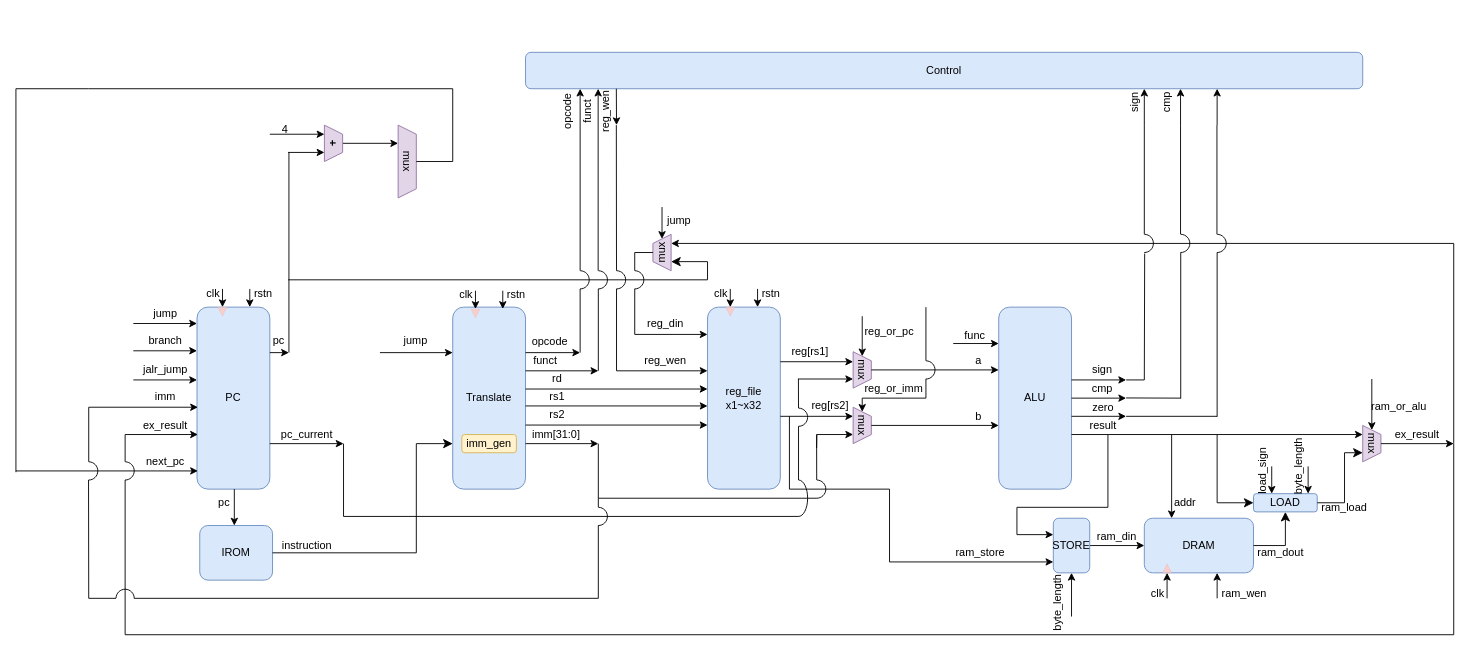
Before: 1_riscv/riscv.drawio in youmiwei/drawio, a draw.io diagram. Source tidied: cells renumbered, new cells numbered last; positions are measured from the earlier drawing's top-left corner, leaving out a move shared by most shapes. Both pictures are drawn from the tidied source at 91%, with x=0, y=0 at pixel (15, 52).
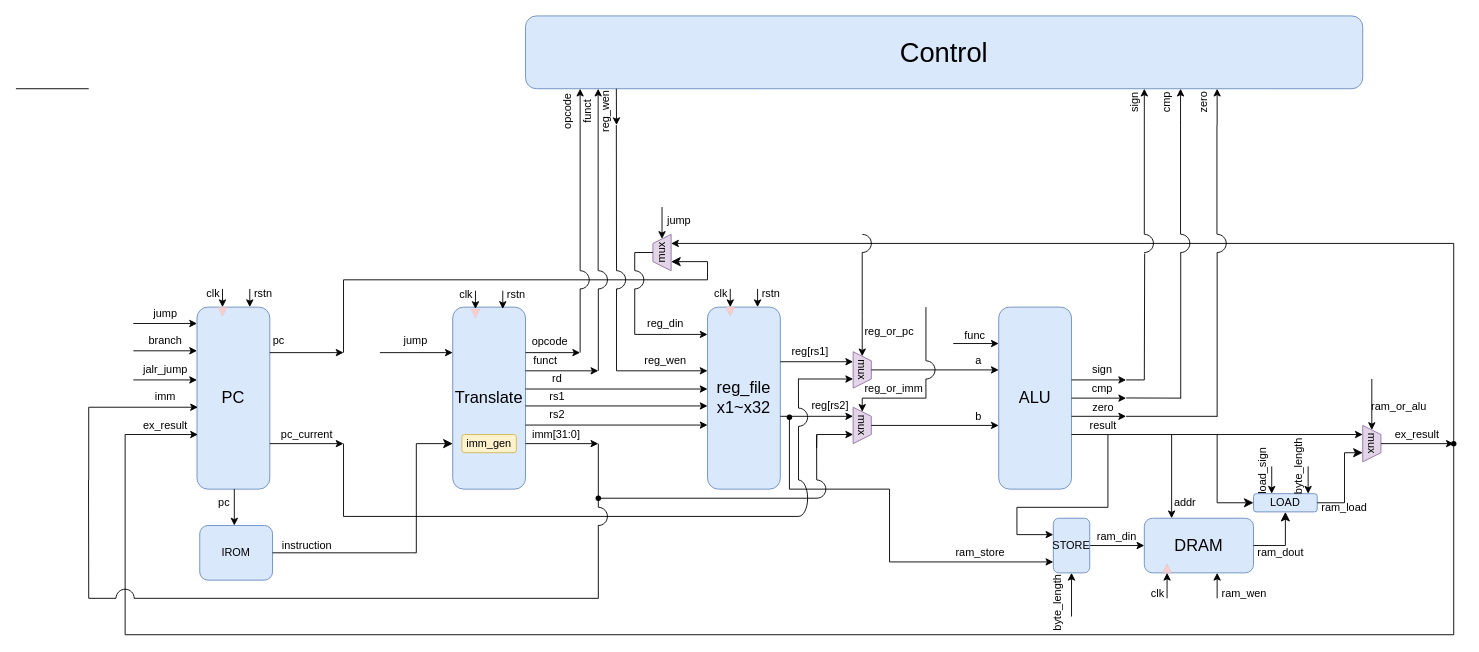
The same diagram, later.

Change to the diagram source:
```diff
@@
-    <mxCell id="2" value="PC" style="rounded=1;whiteSpace=wrap;html=1;fillColor=#dae8fc;strokeColor=#6c8ebf;" parent="1" vertex="1">
+    <mxCell id="2" value="&lt;font style=&quot;font-size: 18px;&quot;&gt;PC&lt;/font&gt;" style="rounded=1;whiteSpace=wrap;html=1;fillColor=#dae8fc;strokeColor=#6c8ebf;" parent="1" vertex="1">
       <mxGeometry x="199" y="280" width="80" height="200" as="geometry" />
     </mxCell>
-    <mxCell id="3" style="endArrow=classic;html=1;rounded=0;entryX=0;entryY=0.5;entryDx=0;entryDy=0;" parent="1" edge="1">
-      <mxGeometry relative="1" as="geometry">
-        <mxPoint x="130" y="460" as="sourcePoint" />
-        <mxPoint x="200" y="460" as="targetPoint" />
-      </mxGeometry>
-    </mxCell>
-    <mxCell id="4" value="next_pc" style="text;html=1;align=center;verticalAlign=middle;whiteSpace=wrap;rounded=0;" parent="1" vertex="1">
-      <mxGeometry x="139" y="445" width="51" height="10" as="geometry" />
-    </mxCell>
@@
     <mxCell id="24" style="endArrow=classic;html=1;rounded=0;exitX=1;exitY=0.25;exitDx=0;exitDy=0;fontStyle=1;" parent="1" edge="1" source="2">
       <mxGeometry relative="1" as="geometry">
-        <mxPoint x="300" y="330" as="targetPoint" />
+        <mxPoint x="360" y="330" as="targetPoint" />
       </mxGeometry>
     </mxCell>
@@
-    <mxCell id="28" value="Translate" style="rounded=1;whiteSpace=wrap;html=1;fillColor=#dae8fc;strokeColor=#6c8ebf;" parent="1" vertex="1">
+    <mxCell id="28" value="&lt;font style=&quot;font-size: 18px;&quot;&gt;Translate&lt;/font&gt;" style="rounded=1;whiteSpace=wrap;html=1;fillColor=#dae8fc;strokeColor=#6c8ebf;" parent="1" vertex="1">
       <mxGeometry x="480" y="280" width="80" height="200" as="geometry" />
     </mxCell>
@@
-    <mxCell id="50" value="&lt;div&gt;reg_file&lt;/div&gt;x1~x32" style="rounded=1;whiteSpace=wrap;html=1;fillColor=#dae8fc;strokeColor=#6c8ebf;" parent="1" vertex="1">
+    <mxCell id="50" value="&lt;div&gt;&lt;font style=&quot;font-size: 18px;&quot;&gt;reg_file&lt;/font&gt;&lt;/div&gt;&lt;font style=&quot;font-size: 18px;&quot;&gt;x1~x32&lt;/font&gt;" style="rounded=1;whiteSpace=wrap;html=1;fillColor=#dae8fc;strokeColor=#6c8ebf;" parent="1" vertex="1">
       <mxGeometry x="760" y="280" width="80" height="200" as="geometry" />
     </mxCell>
@@
-    <mxCell id="69" style="endArrow=none;html=1;rounded=0;" parent="1" edge="1">
+    <mxCell id="69" style="endArrow=none;html=1;rounded=0;" parent="1" edge="1" source="219">
       <mxGeometry relative="1" as="geometry">
-        <mxPoint x="640" y="490" as="sourcePoint" />
         <mxPoint x="640" y="430" as="targetPoint" />
       </mxGeometry>
     </mxCell>
@@
-    <mxCell id="76" style="edgeStyle=orthogonalEdgeStyle;rounded=0;jettySize=auto;html=1;entryX=0.25;entryY=1;entryDx=0;entryDy=0;" parent="1" edge="1" source="77" target="82">
-      <mxGeometry relative="1" as="geometry" />
-    </mxCell>
-    <mxCell id="77" value="&lt;div align=&quot;center&quot;&gt;&lt;div&gt;&lt;b&gt;+&lt;/b&gt;&lt;/div&gt;&lt;/div&gt;" style="shape=trapezoid;perimeter=trapezoidPerimeter;whiteSpace=wrap;html=1;fixedSize=1;size=10;rotation=90;fillColor=#e1d5e7;strokeColor=#9673a6;align=center;" parent="1" vertex="1">
-      <mxGeometry x="329" y="90" width="40" height="20" as="geometry" />
-    </mxCell>
-    <mxCell id="78" style="endArrow=none;html=1;rounded=0;" parent="1" edge="1">
-      <mxGeometry relative="1" as="geometry">
-        <mxPoint x="300" y="330" as="sourcePoint" />
-        <mxPoint x="300" y="110" as="targetPoint" />
-      </mxGeometry>
-    </mxCell>
-    <mxCell id="79" style="endArrow=classic;html=1;rounded=0;entryX=0.75;entryY=1;entryDx=0;entryDy=0;" parent="1" edge="1" target="77">
-      <mxGeometry relative="1" as="geometry">
-        <mxPoint x="299" y="110" as="sourcePoint" />
-      </mxGeometry>
-    </mxCell>
-    <mxCell id="80" style="endArrow=classic;html=1;rounded=0;entryX=0.25;entryY=1;entryDx=0;entryDy=0;" parent="1" edge="1" target="77">
-      <mxGeometry relative="1" as="geometry">
-        <mxPoint x="279" y="90" as="sourcePoint" />
-      </mxGeometry>
-    </mxCell>
-    <mxCell id="81" value="4" style="text;html=1;align=center;verticalAlign=middle;whiteSpace=wrap;rounded=0;" parent="1" vertex="1">
-      <mxGeometry x="281" y="80" width="30" height="10" as="geometry" />
-    </mxCell>
-    <mxCell id="82" value="mux" style="shape=trapezoid;perimeter=trapezoidPerimeter;whiteSpace=wrap;html=1;fixedSize=1;size=10;rotation=90;fillColor=#e1d5e7;strokeColor=#9673a6;align=center;" parent="1" vertex="1">
-      <mxGeometry x="390" y="110" width="80" height="20" as="geometry" />
-    </mxCell>
-    <mxCell id="83" value="ALU" style="rounded=1;whiteSpace=wrap;html=1;fillColor=#dae8fc;strokeColor=#6c8ebf;" parent="1" vertex="1">
+    <mxCell id="83" value="&lt;font style=&quot;font-size: 18px;&quot;&gt;ALU&lt;/font&gt;" style="rounded=1;whiteSpace=wrap;html=1;fillColor=#dae8fc;strokeColor=#6c8ebf;" parent="1" vertex="1">
       <mxGeometry x="1080" y="280" width="80" height="200" as="geometry" />
     </mxCell>
@@
-    <mxCell id="106" value="DRAM" style="rounded=1;whiteSpace=wrap;html=1;fillColor=#dae8fc;strokeColor=#6c8ebf;" parent="1" vertex="1">
+    <mxCell id="106" value="&lt;font style=&quot;font-size: 18px;&quot;&gt;DRAM&lt;/font&gt;" style="rounded=1;whiteSpace=wrap;html=1;fillColor=#dae8fc;strokeColor=#6c8ebf;" parent="1" vertex="1">
       <mxGeometry x="1240" y="512" width="120" height="60" as="geometry" />
     </mxCell>
@@
-    <mxCell id="131" style="endArrow=none;html=1;rounded=0;" parent="1" edge="1">
+    <mxCell id="131" style="endArrow=none;html=1;rounded=0;" parent="1" edge="1" source="217">
       <mxGeometry relative="1" as="geometry">
-        <mxPoint x="850" y="480" as="sourcePoint" />
         <mxPoint x="850" y="400" as="targetPoint" />
       </mxGeometry>
     </mxCell>
@@
     <mxCell id="143" style="endArrow=none;html=1;rounded=0;" parent="1" edge="1">
       <mxGeometry relative="1" as="geometry">
-        <mxPoint x="299.2" y="250" as="sourcePoint" />
+        <mxPoint x="360" y="250" as="sourcePoint" />
         <mxPoint x="760" y="250" as="targetPoint" />
       </mxGeometry>
     </mxCell>
@@
-    <mxCell id="152" value="Control" style="rounded=1;whiteSpace=wrap;html=1;fillColor=#dae8fc;strokeColor=#6c8ebf;" parent="1" vertex="1">
-      <mxGeometry x="560" width="920" height="40" as="geometry" />
+    <mxCell id="152" value="&lt;font style=&quot;font-size: 30px;&quot;&gt;Control&lt;/font&gt;" style="rounded=1;whiteSpace=wrap;html=1;fillColor=#dae8fc;strokeColor=#6c8ebf;" parent="1" vertex="1">
+      <mxGeometry x="560" y="-40" width="920" height="80" as="geometry" />
     </mxCell>
@@
-    <mxCell id="159" style="endArrow=none;html=1;rounded=0;exitX=0.5;exitY=0;exitDx=0;exitDy=0;" parent="1" edge="1" source="82">
-      <mxGeometry relative="1" as="geometry">
-        <mxPoint x="480" y="120" as="targetPoint" />
-      </mxGeometry>
-    </mxCell>
-    <mxCell id="160" style="endArrow=none;html=1;rounded=0;" parent="1" edge="1">
-      <mxGeometry relative="1" as="geometry">
-        <mxPoint x="480" y="120" as="sourcePoint" />
-        <mxPoint x="480" y="40" as="targetPoint" />
-      </mxGeometry>
-    </mxCell>
-    <mxCell id="161" style="endArrow=none;html=1;rounded=0;" parent="1" edge="1">
-      <mxGeometry relative="1" as="geometry">
-        <mxPoint x="80" y="40" as="sourcePoint" />
-        <mxPoint x="480" y="40" as="targetPoint" />
-      </mxGeometry>
-    </mxCell>
@@
-    <mxCell id="163" style="endArrow=none;html=1;rounded=0;" parent="1" edge="1">
-      <mxGeometry relative="1" as="geometry">
-        <mxPoint y="461.4" as="sourcePoint" />
-        <mxPoint y="40" as="targetPoint" />
-      </mxGeometry>
-    </mxCell>
-    <mxCell id="164" style="endArrow=none;html=1;rounded=0;" parent="1" edge="1">
-      <mxGeometry relative="1" as="geometry">
-        <mxPoint y="460" as="sourcePoint" />
-        <mxPoint x="130" y="460" as="targetPoint" />
-      </mxGeometry>
-    </mxCell>
-    <mxCell id="165" style="verticalLabelPosition=bottom;verticalAlign=top;html=1;shape=mxgraph.basic.arc;startAngle=0.0032476092441872753;endAngle=0.5018946122032574;" parent="1" vertex="1">
-      <mxGeometry x="110" y="450" width="20" height="20" as="geometry" />
-    </mxCell>
-    <mxCell id="166" style="endArrow=none;html=1;rounded=0;" parent="1" edge="1" source="165">
+    <mxCell id="166" style="endArrow=none;html=1;rounded=0;" parent="1" edge="1">
       <mxGeometry relative="1" as="geometry">
+        <mxPoint x="120" y="470" as="sourcePoint" />
         <mxPoint x="120" y="420" as="targetPoint" />
       </mxGeometry>
     </mxCell>
-    <mxCell id="167" style="endArrow=none;html=1;rounded=0;" parent="1" edge="1" target="165">
+    <mxCell id="167" style="endArrow=none;html=1;rounded=0;" parent="1" edge="1">
       <mxGeometry relative="1" as="geometry">
         <mxPoint x="120" y="640" as="sourcePoint" />
+        <mxPoint x="120" y="470" as="targetPoint" />
       </mxGeometry>
     </mxCell>
@@
-    <mxCell id="169" style="endArrow=none;html=1;rounded=0;" parent="1" edge="1">
+    <mxCell id="169" style="endArrow=none;html=1;rounded=0;" parent="1" edge="1" source="215">
       <mxGeometry relative="1" as="geometry">
-        <mxPoint x="1580" y="640" as="sourcePoint" />
         <mxPoint x="1580" y="430" as="targetPoint" />
       </mxGeometry>
     </mxCell>
@@
-    <mxCell id="172" style="endArrow=none;html=1;rounded=0;" parent="1" edge="1" source="173">
+    <mxCell id="172" style="endArrow=none;html=1;rounded=0;" parent="1" edge="1">
       <mxGeometry relative="1" as="geometry">
+        <mxPoint x="80" y="470" as="sourcePoint" />
         <mxPoint x="80" y="390" as="targetPoint" />
       </mxGeometry>
     </mxCell>
-    <mxCell id="173" style="verticalLabelPosition=bottom;verticalAlign=top;html=1;shape=mxgraph.basic.arc;startAngle=0.0032476092441872753;endAngle=0.5018946122032574;" parent="1" vertex="1">
-      <mxGeometry x="70" y="450" width="20" height="20" as="geometry" />
-    </mxCell>
@@
+    <mxCell id="210" value="zero" style="text;html=1;align=center;verticalAlign=middle;whiteSpace=wrap;rounded=0;rotation=-90;" parent="1" vertex="1">
+      <mxGeometry x="1290" y="50" width="30" height="10" as="geometry" />
+    </mxCell>
+    <mxCell id="211" style="verticalLabelPosition=bottom;verticalAlign=top;html=1;shape=mxgraph.basic.arc;startAngle=0.0032476092441872753;endAngle=0.5018946122032574;" parent="1" vertex="1">
+      <mxGeometry x="920" y="200" width="20" height="20" as="geometry" />
+    </mxCell>
+    <mxCell id="212" style="endArrow=none;html=1;rounded=0;entryX=0.5;entryY=1;entryDx=0;entryDy=0;entryPerimeter=0;" parent="1" edge="1" target="211">
+      <mxGeometry relative="1" as="geometry">
+        <mxPoint x="930" y="290" as="sourcePoint" />
+      </mxGeometry>
+    </mxCell>
+    <mxCell id="213" style="endArrow=none;html=1;rounded=0;" parent="1" edge="1">
+      <mxGeometry relative="1" as="geometry">
+        <mxPoint x="360" y="330" as="sourcePoint" />
+        <mxPoint x="360" y="250" as="targetPoint" />
+      </mxGeometry>
+    </mxCell>
+    <mxCell id="214" style="endArrow=none;html=1;rounded=0;" parent="1" edge="1" target="215">
+      <mxGeometry relative="1" as="geometry">
+        <mxPoint x="1580" y="640" as="sourcePoint" />
+      </mxGeometry>
+    </mxCell>
+    <mxCell id="215" style="shape=waypoint;sketch=0;fillStyle=solid;size=6;points=[];fillColor=none;perimeter=centerPerimeter;snapToPoint=1;" parent="1" vertex="1">
+      <mxGeometry x="1570" y="420" width="20" height="20" as="geometry" />
+    </mxCell>
+    <mxCell id="216" style="endArrow=none;html=1;rounded=0;" parent="1" edge="1" target="217">
+      <mxGeometry relative="1" as="geometry">
+        <mxPoint x="850" y="480" as="sourcePoint" />
+      </mxGeometry>
+    </mxCell>
+    <mxCell id="217" style="shape=waypoint;sketch=0;fillStyle=solid;size=6;points=[];fillColor=none;perimeter=centerPerimeter;snapToPoint=1;" parent="1" vertex="1">
+      <mxGeometry x="840" y="391" width="20" height="20" as="geometry" />
+    </mxCell>
+    <mxCell id="218" style="endArrow=none;html=1;rounded=0;" parent="1" edge="1" target="219">
+      <mxGeometry relative="1" as="geometry">
+        <mxPoint x="640" y="490" as="sourcePoint" />
+      </mxGeometry>
+    </mxCell>
+    <mxCell id="219" style="shape=waypoint;sketch=0;fillStyle=solid;size=6;points=[];fillColor=none;perimeter=centerPerimeter;snapToPoint=1;" parent="1" vertex="1">
+      <mxGeometry x="630" y="480" width="20" height="20" as="geometry" />
+    </mxCell>
```
